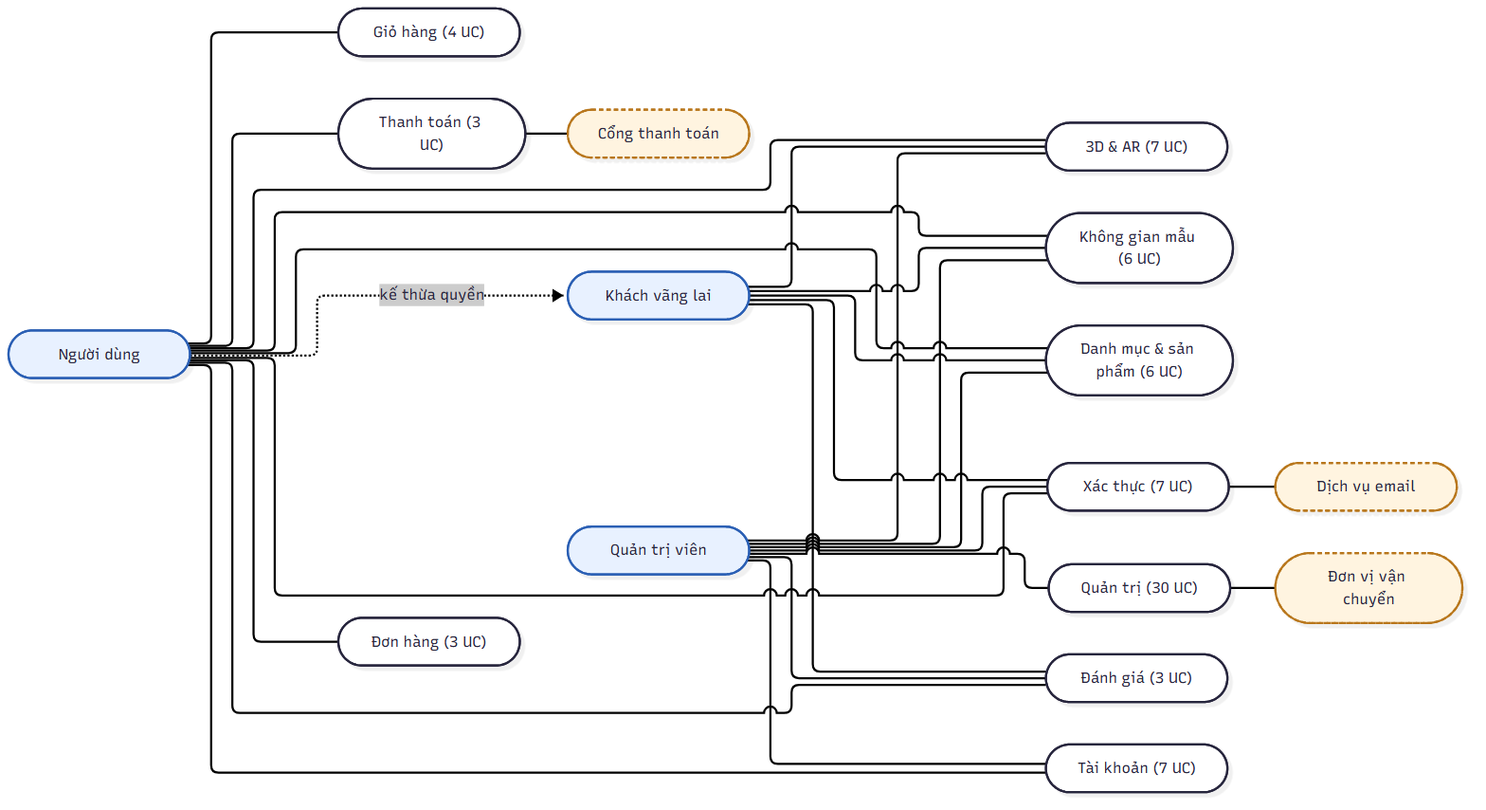
The Mermaid diagram docs/diagrams/png/usecase_tong-quat.png in 2431540234-arch/XDUDTMDT, before a commit. Its source is kept beside it as docs/diagrams/src/usecase_tong-quat.mmd.
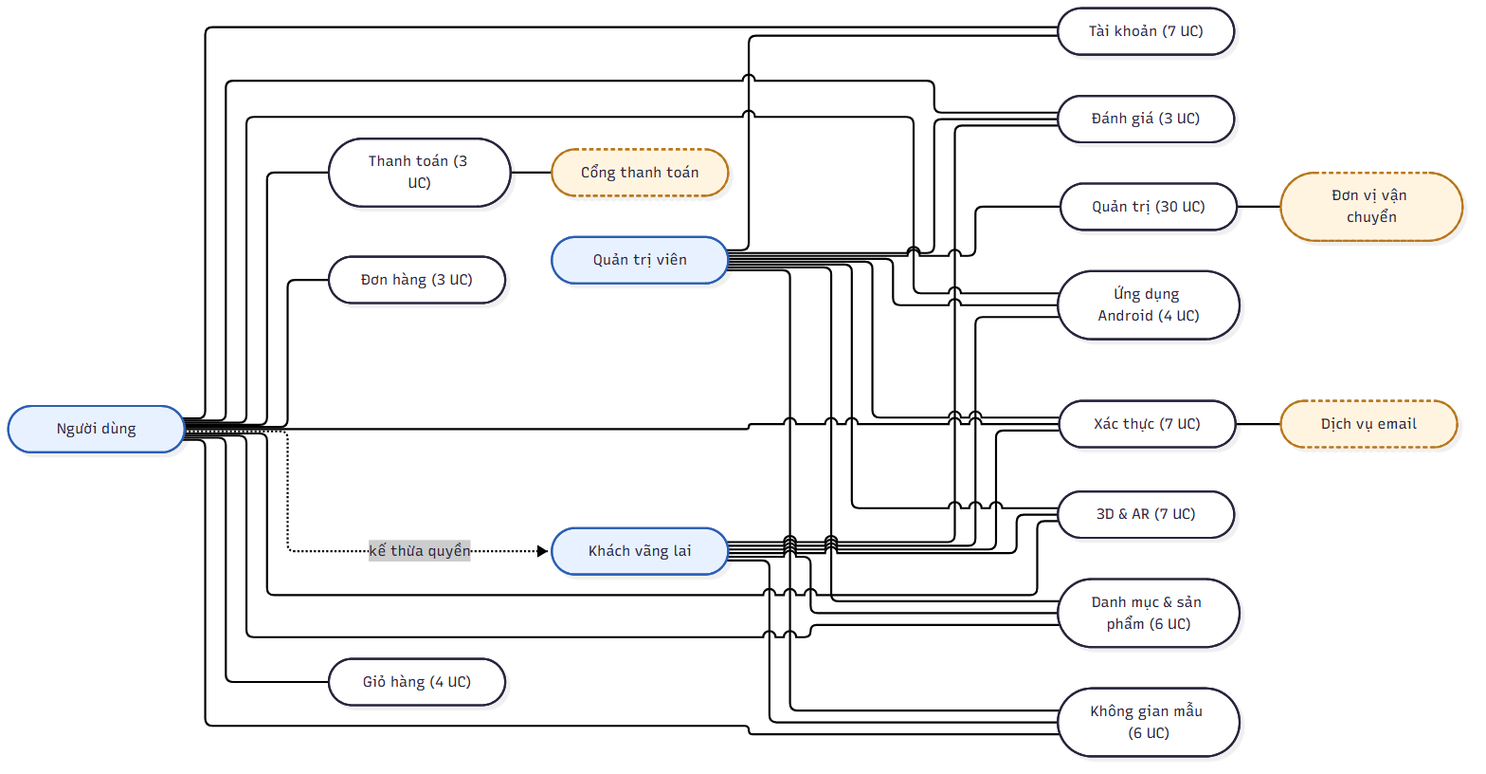
The same file after the commit.

Diff of the diagram source:
```diff
@@ -15,6 +15,7 @@
     G_REV(["Đánh giá (3 UC)"])
     G_D3(["3D & AR (7 UC)"])
     G_SPACE(["Không gian mẫu (6 UC)"])
+    G_MOB(["Ứng dụng Android (4 UC)"])
     G_ADM(["Quản trị (30 UC)"])
     K --- G_AUTH
     N --- G_AUTH
@@ -34,6 +35,9 @@
     N --- G_D3
     A --- G_D3
     K --- G_SPACE
+    K --- G_MOB
+    N --- G_MOB
+    A --- G_MOB
     N --- G_SPACE
     A --- G_SPACE
     A --- G_ADM
```
